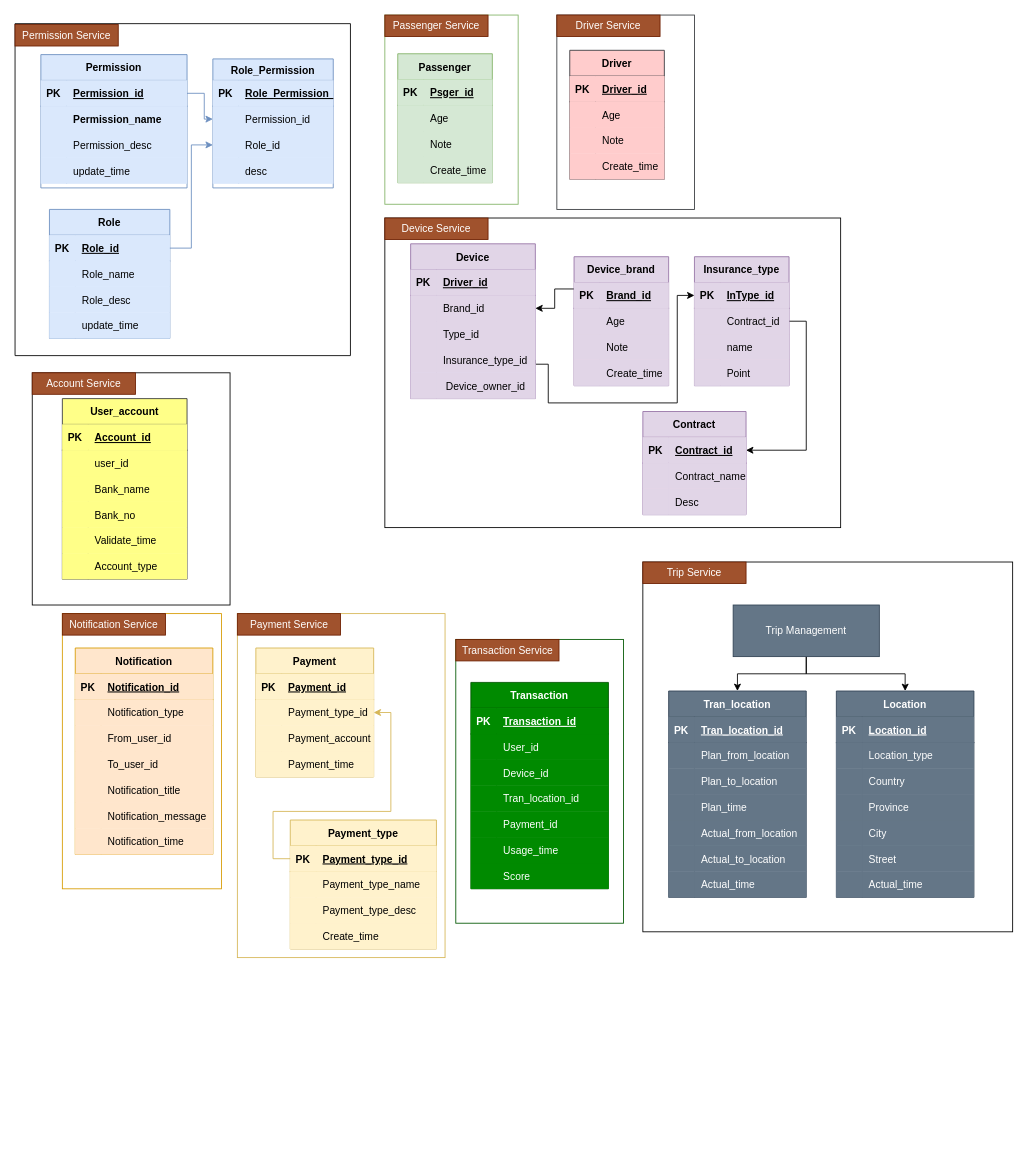
Earlier version of the draw.io diagram DD_DB Arch view.drawio (JackZhao2517/drawio_folder). Source tidied: cells renumbered, new cells numbered last; positions are measured from the earlier drawing's top-left corner, leaving out a move shared by most shapes. Both pictures are drawn from the tidied source at 86%, with x=0, y=0 at pixel (15, 15).
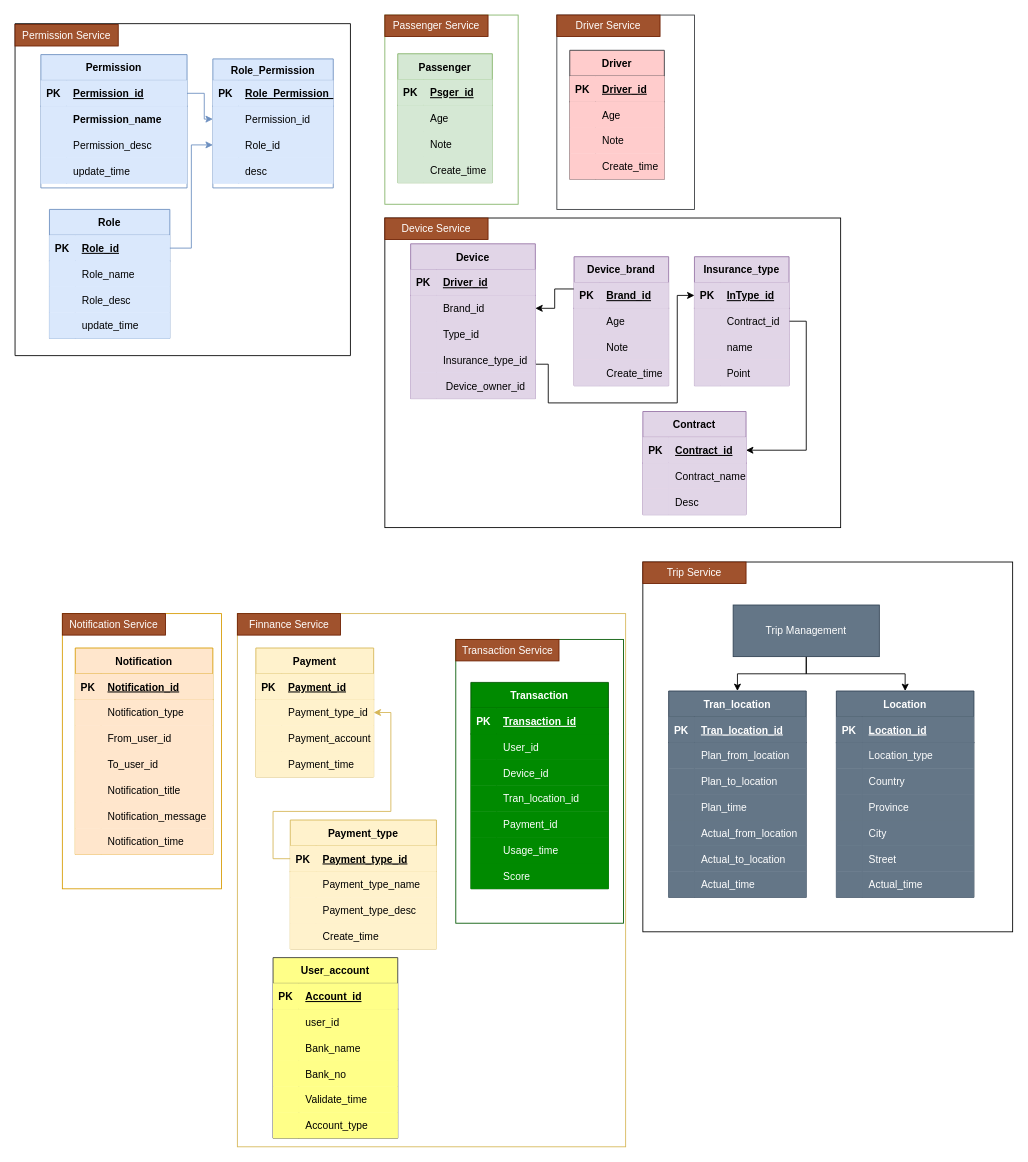
The same page after the edit.

The edit, as a diff of the source:
```diff
@@
     <mxCell id="127" style="rounded=0;whiteSpace=wrap;html=1;strokeColor=#d6b656;fillColor=none;" parent="1" vertex="1">
-      <mxGeometry x="258.5" y="696" width="241.5" height="400" as="geometry" />
+      <mxGeometry x="258.5" y="696" width="451.5" height="620" as="geometry" />
     </mxCell>
@@
     <mxCell id="247" value="User_account" style="shape=table;startSize=30;childLayout=tableLayout;rowLines=0;fontStyle=1;align=center;fillColor=#ffff88;strokeColor=#36393d;" parent="1" vertex="1">
-      <mxGeometry x="55" y="446" width="145" height="210" as="geometry" />
+      <mxGeometry x="300" y="1096" width="145" height="210" as="geometry" />
     </mxCell>
@@
-    <mxCell id="272" style="rounded=0;whiteSpace=wrap;html=1;fillColor=none;gradientColor=none;" parent="1" vertex="1">
-      <mxGeometry x="20" y="416" width="230" height="270" as="geometry" />
-    </mxCell>
@@
-    <mxCell id="276" value="Payment Service" style="text;html=1;strokeColor=#6D1F00;fillColor=#a0522d;align=center;verticalAlign=middle;whiteSpace=wrap;rounded=0;fontColor=#ffffff;" parent="1" vertex="1">
+    <mxCell id="276" value="Finnance Service" style="text;html=1;strokeColor=#6D1F00;fillColor=#a0522d;align=center;verticalAlign=middle;whiteSpace=wrap;rounded=0;fontColor=#ffffff;" parent="1" vertex="1">
       <mxGeometry x="258.5" y="696" width="120" height="25" as="geometry" />
     </mxCell>
@@
-    <mxCell id="278" value="Account Service" style="text;html=1;strokeColor=#6D1F00;fillColor=#a0522d;align=center;verticalAlign=middle;whiteSpace=wrap;rounded=0;fontColor=#ffffff;" parent="1" vertex="1">
-      <mxGeometry x="20" y="416" width="120" height="25" as="geometry" />
-    </mxCell>
```
